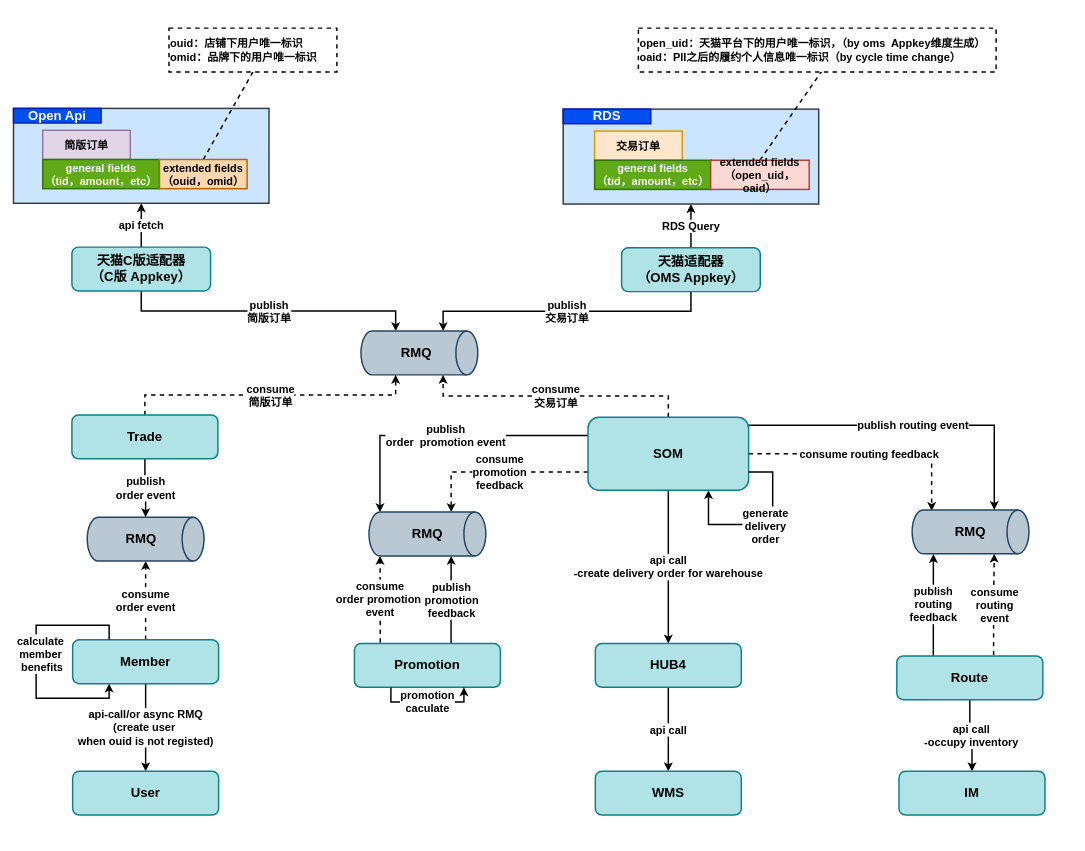
Above: projects.drawio in jackie-thank/beego-authz (draw.io), before the change. Source tidied: cells renumbered, new cells numbered last; positions are measured from the earlier drawing's top-left corner, leaving out a move shared by most shapes. Both pictures are drawn from the tidied source at 73%, with x=0, y=0 at pixel (13, 28).
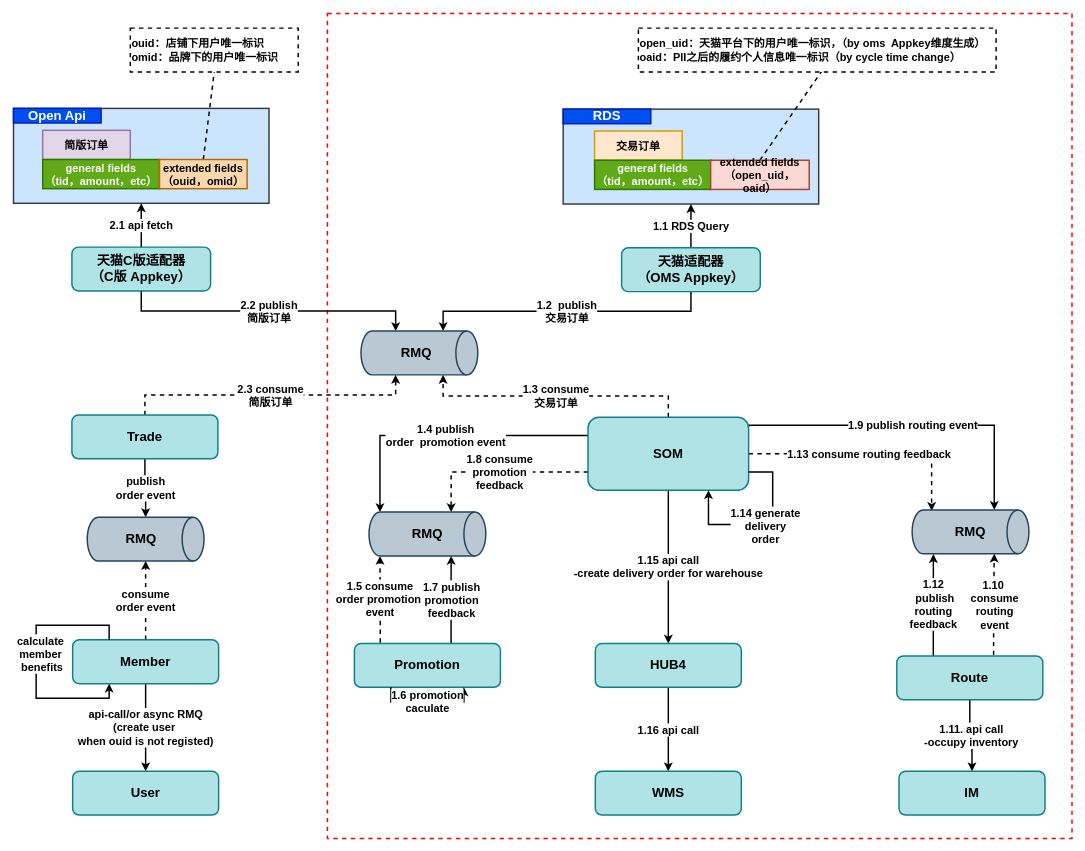
After the change.

The change refers to these unchanged cells:
```xml
<mxCell id="2" style="rounded=0;whiteSpace=wrap;html=1;strokeWidth=2;fontStyle=1;fontSize=15;fillColor=#cce5ff;strokeColor=#36393d;" parent="1" vertex="1">
  <mxGeometry x="753" y="111" width="350" height="130" as="geometry" />
</mxCell>
<mxCell id="3" style="rounded=0;whiteSpace=wrap;html=1;strokeWidth=2;fontStyle=1;fontSize=15;fillColor=#cce5ff;strokeColor=#36393d;" parent="1" vertex="1">
  <mxGeometry y="110" width="350" height="130" as="geometry" />
</mxCell>
<mxCell id="14" value="&lt;div style=&quot;font-size: 18px;&quot;&gt;天猫C版适配器&lt;/div&gt;&lt;div style=&quot;font-size: 18px;&quot;&gt;（C版 Appkey）&lt;/div&gt;" style="rounded=1;whiteSpace=wrap;html=1;strokeWidth=2;fontStyle=1;fontSize=18;fillColor=#b0e3e6;strokeColor=#0e8088;" parent="1" vertex="1">
  <mxGeometry x="80" y="300" width="190" height="60" as="geometry" />
</mxCell>
<mxCell id="17" value="&lt;div style=&quot;font-size: 18px;&quot;&gt;天猫适配器&lt;/div&gt;&lt;div style=&quot;font-size: 18px;&quot;&gt;（OMS Appkey）&lt;br style=&quot;font-size: 18px;&quot;&gt;&lt;/div&gt;" style="rounded=1;whiteSpace=wrap;html=1;strokeWidth=2;fontStyle=1;fontSize=18;fillColor=#b0e3e6;strokeColor=#0e8088;" parent="1" vertex="1">
  <mxGeometry x="833" y="301" width="190" height="60" as="geometry" />
</mxCell>
<mxCell id="22" value="Trade" style="rounded=1;whiteSpace=wrap;html=1;strokeWidth=2;fontSize=18;fontStyle=1;fillColor=#b0e3e6;strokeColor=#0e8088;" parent="1" vertex="1">
  <mxGeometry x="80" y="530" width="200" height="60" as="geometry" />
</mxCell>
<mxCell id="29" value="SOM" style="rounded=1;whiteSpace=wrap;html=1;strokeWidth=2;fontSize=18;fontStyle=1;fillColor=#b0e3e6;strokeColor=#0e8088;" parent="1" vertex="1">
  <mxGeometry x="787" y="533" width="220" height="100" as="geometry" />
</mxCell>
<mxCell id="30" style="shape=cylinder3;whiteSpace=wrap;html=1;boundedLbl=1;backgroundOutline=1;size=15;rotation=90;strokeWidth=2;fillColor=#bac8d3;strokeColor=#23445d;" parent="1" vertex="1">
  <mxGeometry x="526" y="365" width="60" height="160" as="geometry" />
</mxCell>
<mxCell id="44" value="Promotion" style="rounded=1;whiteSpace=wrap;html=1;strokeWidth=2;fontSize=18;fontStyle=1;fillColor=#b0e3e6;strokeColor=#0e8088;" parent="1" vertex="1">
  <mxGeometry x="467" y="843" width="200" height="60" as="geometry" />
</mxCell>
<mxCell id="45" style="shape=cylinder3;whiteSpace=wrap;html=1;boundedLbl=1;backgroundOutline=1;size=15;rotation=90;strokeWidth=2;fillColor=#bac8d3;strokeColor=#23445d;" parent="1" vertex="1">
  <mxGeometry x="537" y="613" width="60" height="160" as="geometry" />
</mxCell>
<mxCell id="50" value="Route" style="rounded=1;whiteSpace=wrap;html=1;strokeWidth=2;fontSize=18;fontStyle=1;fillColor=#b0e3e6;strokeColor=#0e8088;" parent="1" vertex="1">
  <mxGeometry x="1210" y="860" width="200" height="60" as="geometry" />
</mxCell>
<mxCell id="52" style="shape=cylinder3;whiteSpace=wrap;html=1;boundedLbl=1;backgroundOutline=1;size=15;rotation=90;strokeWidth=2;fillColor=#bac8d3;strokeColor=#23445d;" parent="1" vertex="1">
  <mxGeometry x="1281" y="610" width="60" height="160" as="geometry" />
</mxCell>
<mxCell id="54" value="IM" style="rounded=1;whiteSpace=wrap;html=1;strokeWidth=2;fontSize=18;fontStyle=1;fillColor=#b0e3e6;strokeColor=#0e8088;" parent="1" vertex="1">
  <mxGeometry x="1213" y="1018" width="200" height="60" as="geometry" />
</mxCell>
<mxCell id="56" value="HUB4" style="rounded=1;whiteSpace=wrap;html=1;strokeWidth=2;fontSize=18;fontStyle=1;fillColor=#b0e3e6;strokeColor=#0e8088;" parent="1" vertex="1">
  <mxGeometry x="797" y="843" width="200" height="60" as="geometry" />
</mxCell>
<mxCell id="57" style="edgeStyle=orthogonalEdgeStyle;rounded=0;orthogonalLoop=1;jettySize=auto;html=1;exitX=1;exitY=0.75;exitDx=0;exitDy=0;entryX=0.75;entryY=1;entryDx=0;entryDy=0;strokeWidth=2;" parent="1" edge="1" source="29" target="29">
  <mxGeometry relative="1" as="geometry">
    <Array as="points">
      <mxPoint x="1040" y="608" />
      <mxPoint x="1040" y="680" />
      <mxPoint x="952" y="680" />
    </Array>
  </mxGeometry>
</mxCell>
<mxCell id="59" value="WMS" style="rounded=1;whiteSpace=wrap;html=1;strokeWidth=2;fontSize=18;fontStyle=1;fillColor=#b0e3e6;strokeColor=#0e8088;" parent="1" vertex="1">
  <mxGeometry x="797" y="1018" width="200" height="60" as="geometry" />
</mxCell>
```

The edit, as a diff of the source:
```diff
@@
+    <mxCell id="60" style="rounded=0;whiteSpace=wrap;html=1;strokeWidth=2;dashed=1;strokeColor=#FF0000;" parent="1" vertex="1">
+      <mxGeometry x="430" y="-20" width="1020" height="1130" as="geometry" />
+    </mxCell>
@@
-    <mxCell id="12" value="api fetch" style="edgeStyle=orthogonalEdgeStyle;rounded=0;jettySize=auto;html=1;exitX=0.5;exitY=0;exitDx=0;exitDy=0;strokeWidth=2;fontStyle=1;fontSize=15;" parent="1" edge="1" source="14" target="3">
+    <mxCell id="12" value="2.1 api fetch" style="edgeStyle=orthogonalEdgeStyle;rounded=0;jettySize=auto;html=1;exitX=0.5;exitY=0;exitDx=0;exitDy=0;strokeWidth=2;fontStyle=1;fontSize=15;" parent="1" edge="1" source="14" target="3">
       <mxGeometry relative="1" as="geometry" />
     </mxCell>
-    <mxCell id="13" value="&lt;div style=&quot;font-size: 15px;&quot;&gt;publish&lt;/div&gt;&lt;div style=&quot;font-size: 15px;&quot;&gt;简版订单&lt;br style=&quot;font-size: 15px;&quot;&gt;&lt;/div&gt;" style="edgeStyle=orthogonalEdgeStyle;rounded=0;jettySize=auto;html=1;exitX=0.5;exitY=1;exitDx=0;exitDy=0;entryX=0;entryY=0;entryDx=0;entryDy=112.5;entryPerimeter=0;strokeWidth=2;fontSize=15;fontStyle=1;" parent="1" edge="1" source="14" target="30">
+    <mxCell id="13" value="&lt;div style=&quot;font-size: 15px;&quot;&gt;2.2 publish&lt;/div&gt;&lt;div style=&quot;font-size: 15px;&quot;&gt;简版订单&lt;br style=&quot;font-size: 15px;&quot;&gt;&lt;/div&gt;" style="edgeStyle=orthogonalEdgeStyle;rounded=0;jettySize=auto;html=1;exitX=0.5;exitY=1;exitDx=0;exitDy=0;entryX=0;entryY=0;entryDx=0;entryDy=112.5;entryPerimeter=0;strokeWidth=2;fontSize=15;fontStyle=1;" parent="1" edge="1" source="14" target="30">
       <mxGeometry relative="1" as="geometry" />
     </mxCell>
@@
-    <mxCell id="15" value="RDS Query" style="edgeStyle=orthogonalEdgeStyle;rounded=0;jettySize=auto;html=1;exitX=0.5;exitY=0;exitDx=0;exitDy=0;strokeWidth=2;fontStyle=1;fontSize=15;" parent="1" edge="1" source="17" target="2">
+    <mxCell id="15" value="1.1 RDS Query" style="edgeStyle=orthogonalEdgeStyle;rounded=0;jettySize=auto;html=1;exitX=0.5;exitY=0;exitDx=0;exitDy=0;strokeWidth=2;fontStyle=1;fontSize=15;" parent="1" edge="1" source="17" target="2">
       <mxGeometry relative="1" as="geometry" />
     </mxCell>
-    <mxCell id="16" value="&lt;div style=&quot;font-size: 15px;&quot;&gt;publish&lt;/div&gt;&lt;div style=&quot;font-size: 15px;&quot;&gt;交易订单&lt;br style=&quot;font-size: 15px;&quot;&gt;&lt;/div&gt;" style="edgeStyle=orthogonalEdgeStyle;rounded=0;jettySize=auto;html=1;exitX=0.5;exitY=1;exitDx=0;exitDy=0;entryX=0;entryY=0;entryDx=0;entryDy=47.5;entryPerimeter=0;strokeWidth=2;fontSize=15;fontStyle=1;" parent="1" edge="1" source="17" target="30">
+    <mxCell id="16" value="&lt;div style=&quot;font-size: 15px;&quot;&gt;1.2&amp;nbsp; publish&lt;/div&gt;&lt;div style=&quot;font-size: 15px;&quot;&gt;交易订单&lt;br style=&quot;font-size: 15px;&quot;&gt;&lt;/div&gt;" style="edgeStyle=orthogonalEdgeStyle;rounded=0;jettySize=auto;html=1;exitX=0.5;exitY=1;exitDx=0;exitDy=0;entryX=0;entryY=0;entryDx=0;entryDy=47.5;entryPerimeter=0;strokeWidth=2;fontSize=15;fontStyle=1;" parent="1" edge="1" source="17" target="30">
       <mxGeometry relative="1" as="geometry" />
     </mxCell>
@@
-    <mxCell id="20" value="&lt;div style=&quot;font-size: 15px;&quot;&gt;consume&lt;/div&gt;&lt;div style=&quot;font-size: 15px;&quot;&gt;简版订单&lt;br style=&quot;font-size: 15px;&quot;&gt;&lt;/div&gt;" style="edgeStyle=orthogonalEdgeStyle;rounded=0;jettySize=auto;html=1;exitX=0.5;exitY=0;exitDx=0;exitDy=0;entryX=1;entryY=0;entryDx=0;entryDy=112.5;entryPerimeter=0;strokeWidth=2;dashed=1;fontSize=15;fontStyle=1;" parent="1" edge="1" source="22" target="30">
+    <mxCell id="20" value="&lt;div style=&quot;font-size: 15px;&quot;&gt;2.3 consume&lt;/div&gt;&lt;div style=&quot;font-size: 15px;&quot;&gt;简版订单&lt;br style=&quot;font-size: 15px;&quot;&gt;&lt;/div&gt;" style="edgeStyle=orthogonalEdgeStyle;rounded=0;jettySize=auto;html=1;exitX=0.5;exitY=0;exitDx=0;exitDy=0;entryX=1;entryY=0;entryDx=0;entryDy=112.5;entryPerimeter=0;strokeWidth=2;dashed=1;fontSize=15;fontStyle=1;" parent="1" edge="1" source="22" target="30">
       <mxGeometry relative="1" as="geometry" />
     </mxCell>
@@
-    <mxCell id="23" value="&lt;div style=&quot;font-size: 15px;&quot;&gt;consume&lt;/div&gt;&lt;div style=&quot;font-size: 15px;&quot;&gt;交易订单&lt;br style=&quot;font-size: 15px;&quot;&gt;&lt;/div&gt;" style="edgeStyle=orthogonalEdgeStyle;rounded=0;jettySize=auto;html=1;exitX=0.5;exitY=0;exitDx=0;exitDy=0;entryX=1;entryY=0;entryDx=0;entryDy=47.5;entryPerimeter=0;strokeWidth=2;dashed=1;fontSize=15;fontStyle=1;" parent="1" edge="1" source="29" target="30">
+    <mxCell id="23" value="&lt;div style=&quot;font-size: 15px;&quot;&gt;1.3 consume&lt;/div&gt;&lt;div style=&quot;font-size: 15px;&quot;&gt;交易订单&lt;br style=&quot;font-size: 15px;&quot;&gt;&lt;/div&gt;" style="edgeStyle=orthogonalEdgeStyle;rounded=0;jettySize=auto;html=1;exitX=0.5;exitY=0;exitDx=0;exitDy=0;entryX=1;entryY=0;entryDx=0;entryDy=47.5;entryPerimeter=0;strokeWidth=2;dashed=1;fontSize=15;fontStyle=1;" parent="1" edge="1" source="29" target="30">
       <mxGeometry relative="1" as="geometry" />
     </mxCell>
-    <mxCell id="24" value="&lt;div&gt;publish&lt;/div&gt;&lt;div&gt;order&amp;nbsp; promotion event&lt;br&gt;&lt;/div&gt;" style="edgeStyle=orthogonalEdgeStyle;rounded=0;jettySize=auto;html=1;exitX=0;exitY=0.25;exitDx=0;exitDy=0;fontSize=15;fontStyle=1;strokeWidth=2;entryX=0;entryY=1;entryDx=0;entryDy=-15;entryPerimeter=0;" parent="1" edge="1" source="29" target="45">
+    <mxCell id="24" value="&lt;div&gt;1.4 publish&lt;/div&gt;&lt;div&gt;order&amp;nbsp; promotion event&lt;br&gt;&lt;/div&gt;" style="edgeStyle=orthogonalEdgeStyle;rounded=0;jettySize=auto;html=1;exitX=0;exitY=0.25;exitDx=0;exitDy=0;fontSize=15;fontStyle=1;strokeWidth=2;entryX=0;entryY=1;entryDx=0;entryDy=-15;entryPerimeter=0;" parent="1" edge="1" source="29" target="45">
       <mxGeometry relative="1" as="geometry" />
     </mxCell>
-    <mxCell id="25" value="&lt;div&gt;publish routing event&lt;br&gt;&lt;/div&gt;" style="edgeStyle=orthogonalEdgeStyle;rounded=0;jettySize=auto;html=1;exitX=0.994;exitY=0.126;exitDx=0;exitDy=0;entryX=0;entryY=0;entryDx=0;entryDy=47.5;entryPerimeter=0;fontSize=15;strokeWidth=2;fontStyle=1;exitPerimeter=0;" parent="1" edge="1" source="29" target="52">
+    <mxCell id="25" value="&lt;div&gt;1.9 publish routing event&lt;br&gt;&lt;/div&gt;" style="edgeStyle=orthogonalEdgeStyle;rounded=0;jettySize=auto;html=1;exitX=0.994;exitY=0.126;exitDx=0;exitDy=0;entryX=0;entryY=0;entryDx=0;entryDy=47.5;entryPerimeter=0;fontSize=15;strokeWidth=2;fontStyle=1;exitPerimeter=0;" parent="1" edge="1" source="29" target="52">
       <mxGeometry relative="1" as="geometry">
         <Array as="points">
           <mxPoint x="1007" y="546" />
           <mxPoint x="1007" y="544" />
           <mxPoint x="1344" y="544" />
           <mxPoint x="1344" y="660" />
         </Array>
       </mxGeometry>
     </mxCell>
-    <mxCell id="26" value="&lt;div style=&quot;font-size: 15px;&quot;&gt;consume&lt;/div&gt;&lt;div style=&quot;font-size: 15px;&quot;&gt;promotion&lt;/div&gt;&lt;div style=&quot;font-size: 15px;&quot;&gt;feedback&lt;br style=&quot;font-size: 15px;&quot;&gt;&lt;/div&gt;" style="edgeStyle=orthogonalEdgeStyle;rounded=0;jettySize=auto;html=1;exitX=0;exitY=0.75;exitDx=0;exitDy=0;entryX=0;entryY=0;entryDx=0;entryDy=47.5;entryPerimeter=0;fontSize=15;fontStyle=1;strokeWidth=2;dashed=1;" parent="1" edge="1" source="29" target="45">
+    <mxCell id="26" value="&lt;div style=&quot;font-size: 15px;&quot;&gt;1.8 consume&lt;/div&gt;&lt;div style=&quot;font-size: 15px;&quot;&gt;promotion&lt;/div&gt;&lt;div style=&quot;font-size: 15px;&quot;&gt;feedback&lt;br style=&quot;font-size: 15px;&quot;&gt;&lt;/div&gt;" style="edgeStyle=orthogonalEdgeStyle;rounded=0;jettySize=auto;html=1;exitX=0;exitY=0.75;exitDx=0;exitDy=0;entryX=0;entryY=0;entryDx=0;entryDy=47.5;entryPerimeter=0;fontSize=15;fontStyle=1;strokeWidth=2;dashed=1;" parent="1" edge="1" source="29" target="45">
       <mxGeometry relative="1" as="geometry" />
     </mxCell>
-    <mxCell id="27" value="&lt;div&gt;api call&lt;/div&gt;&lt;div&gt;-create delivery order for warehouse&lt;br&gt;&lt;/div&gt;" style="edgeStyle=orthogonalEdgeStyle;rounded=0;jettySize=auto;html=1;exitX=0.5;exitY=1;exitDx=0;exitDy=0;strokeWidth=2;fontSize=15;fontStyle=1;" parent="1" edge="1" source="29" target="56">
+    <mxCell id="27" value="&lt;div&gt;1.15 api call&lt;/div&gt;&lt;div&gt;-create delivery order for warehouse&lt;br&gt;&lt;/div&gt;" style="edgeStyle=orthogonalEdgeStyle;rounded=0;jettySize=auto;html=1;exitX=0.5;exitY=1;exitDx=0;exitDy=0;strokeWidth=2;fontSize=15;fontStyle=1;" parent="1" edge="1" source="29" target="56">
       <mxGeometry relative="1" as="geometry" />
     </mxCell>
-    <mxCell id="28" value="&lt;div style=&quot;font-size: 15px;&quot;&gt;consume routing feedback&lt;br style=&quot;font-size: 15px;&quot;&gt;&lt;/div&gt;" style="rounded=0;jettySize=auto;html=1;exitX=1;exitY=0.5;exitDx=0;exitDy=0;entryX=0.022;entryY=0.833;entryDx=0;entryDy=0;entryPerimeter=0;dashed=1;strokeWidth=2;fontSize=15;fontStyle=1;edgeStyle=orthogonalEdgeStyle;" parent="1" edge="1" source="29" target="52">
+    <mxCell id="28" value="&lt;div style=&quot;font-size: 15px;&quot;&gt;1.13 consume routing feedback&lt;br style=&quot;font-size: 15px;&quot;&gt;&lt;/div&gt;" style="rounded=0;jettySize=auto;html=1;exitX=1;exitY=0.5;exitDx=0;exitDy=0;entryX=0.022;entryY=0.833;entryDx=0;entryDy=0;entryPerimeter=0;dashed=1;strokeWidth=2;fontSize=15;fontStyle=1;edgeStyle=orthogonalEdgeStyle;" parent="1" edge="1" source="29" target="52">
       <mxGeometry relative="1" as="geometry" />
     </mxCell>
@@
     <mxCell id="40" value="&lt;div style=&quot;font-size: 15px;&quot;&gt;ouid：店铺下用户唯一标识&lt;/div&gt;&lt;div style=&quot;font-size: 15px;&quot;&gt;omid：品牌下的用户唯一标识&lt;br style=&quot;font-size: 15px;&quot;&gt;&lt;/div&gt;" style="rounded=0;whiteSpace=wrap;html=1;fontStyle=1;fontSize=15;align=left;dashed=1;strokeWidth=2;" parent="1" vertex="1">
-      <mxGeometry x="213" width="230" height="60" as="geometry" />
+      <mxGeometry x="160" width="230" height="60" as="geometry" />
     </mxCell>
@@
-    <mxCell id="42" value="&lt;div style=&quot;font-size: 15px;&quot;&gt;consume&lt;/div&gt;&lt;div style=&quot;font-size: 15px;&quot;&gt;order promotion&amp;nbsp;&lt;/div&gt;&lt;div style=&quot;font-size: 15px;&quot;&gt;event&lt;br style=&quot;font-size: 15px;&quot;&gt;&lt;/div&gt;" style="edgeStyle=orthogonalEdgeStyle;rounded=0;jettySize=auto;html=1;exitX=0.177;exitY=-0.017;exitDx=0;exitDy=0;entryX=1;entryY=1;entryDx=0;entryDy=-15;entryPerimeter=0;strokeWidth=2;dashed=1;fontSize=15;fontStyle=1;exitPerimeter=0;" parent="1" edge="1" source="44" target="45">
+    <mxCell id="42" value="&lt;div style=&quot;font-size: 15px;&quot;&gt;1.5 consume&lt;/div&gt;&lt;div style=&quot;font-size: 15px;&quot;&gt;order promotion&amp;nbsp;&lt;/div&gt;&lt;div style=&quot;font-size: 15px;&quot;&gt;event&lt;br style=&quot;font-size: 15px;&quot;&gt;&lt;/div&gt;" style="edgeStyle=orthogonalEdgeStyle;rounded=0;jettySize=auto;html=1;exitX=0.177;exitY=-0.017;exitDx=0;exitDy=0;entryX=1;entryY=1;entryDx=0;entryDy=-15;entryPerimeter=0;strokeWidth=2;dashed=1;fontSize=15;fontStyle=1;exitPerimeter=0;" parent="1" edge="1" source="44" target="45">
       <mxGeometry relative="1" as="geometry" />
     </mxCell>
-    <mxCell id="43" value="&lt;div style=&quot;font-size: 15px;&quot;&gt;publish&lt;/div&gt;&lt;div style=&quot;font-size: 15px;&quot;&gt;promotion&lt;/div&gt;&lt;div style=&quot;font-size: 15px;&quot;&gt;feedback&lt;br style=&quot;font-size: 15px;&quot;&gt;&lt;/div&gt;" style="edgeStyle=orthogonalEdgeStyle;rounded=0;jettySize=auto;html=1;strokeWidth=2;fontSize=15;fontStyle=1;entryX=1;entryY=0;entryDx=0;entryDy=47.5;entryPerimeter=0;exitX=0.662;exitY=0.017;exitDx=0;exitDy=0;exitPerimeter=0;" parent="1" edge="1" source="44" target="45">
+    <mxCell id="43" value="&lt;div style=&quot;font-size: 15px;&quot;&gt;1.7 publish&lt;/div&gt;&lt;div style=&quot;font-size: 15px;&quot;&gt;promotion&lt;/div&gt;&lt;div style=&quot;font-size: 15px;&quot;&gt;feedback&lt;br style=&quot;font-size: 15px;&quot;&gt;&lt;/div&gt;" style="edgeStyle=orthogonalEdgeStyle;rounded=0;jettySize=auto;html=1;strokeWidth=2;fontSize=15;fontStyle=1;entryX=1;entryY=0;entryDx=0;entryDy=47.5;entryPerimeter=0;exitX=0.662;exitY=0.017;exitDx=0;exitDy=0;exitPerimeter=0;" parent="1" edge="1" source="44" target="45">
       <mxGeometry relative="1" as="geometry" />
     </mxCell>
@@
-    <mxCell id="47" value="&lt;div style=&quot;font-size: 15px;&quot;&gt;consume&lt;/div&gt;&lt;div style=&quot;font-size: 15px;&quot;&gt;routing&lt;/div&gt;&lt;div style=&quot;font-size: 15px;&quot;&gt;event&lt;br style=&quot;font-size: 15px;&quot;&gt;&lt;/div&gt;" style="rounded=0;jettySize=auto;html=1;exitX=0.663;exitY=-0.019;exitDx=0;exitDy=0;entryX=1;entryY=0;entryDx=0;entryDy=47.5;entryPerimeter=0;strokeWidth=2;dashed=1;fontSize=15;fontStyle=1;edgeStyle=orthogonalEdgeStyle;exitPerimeter=0;" parent="1" edge="1" source="50" target="52">
+    <mxCell id="47" value="&lt;div style=&quot;font-size: 15px;&quot;&gt;1.10&amp;nbsp;&lt;/div&gt;&lt;div style=&quot;font-size: 15px;&quot;&gt;consume&lt;/div&gt;&lt;div style=&quot;font-size: 15px;&quot;&gt;routing&lt;/div&gt;&lt;div style=&quot;font-size: 15px;&quot;&gt;event&lt;br style=&quot;font-size: 15px;&quot;&gt;&lt;/div&gt;" style="rounded=0;jettySize=auto;html=1;exitX=0.663;exitY=-0.019;exitDx=0;exitDy=0;entryX=1;entryY=0;entryDx=0;entryDy=47.5;entryPerimeter=0;strokeWidth=2;dashed=1;fontSize=15;fontStyle=1;edgeStyle=orthogonalEdgeStyle;exitPerimeter=0;" parent="1" edge="1" source="50" target="52">
       <mxGeometry relative="1" as="geometry" />
     </mxCell>
-    <mxCell id="48" value="&lt;div style=&quot;font-size: 15px;&quot;&gt;publish&lt;/div&gt;&lt;div style=&quot;font-size: 15px;&quot;&gt;routing&lt;/div&gt;&lt;div style=&quot;font-size: 15px;&quot;&gt;feedback&lt;br style=&quot;font-size: 15px;&quot;&gt;&lt;/div&gt;" style="rounded=0;jettySize=auto;html=1;exitX=0.25;exitY=0;exitDx=0;exitDy=0;entryX=1.008;entryY=0.818;entryDx=0;entryDy=0;entryPerimeter=0;strokeWidth=2;fontSize=15;fontStyle=1;edgeStyle=orthogonalEdgeStyle;" parent="1" edge="1" source="50" target="52">
+    <mxCell id="48" value="&lt;div style=&quot;font-size: 15px;&quot;&gt;1.12&lt;/div&gt;&lt;div style=&quot;font-size: 15px;&quot;&gt;&amp;nbsp;publish&lt;/div&gt;&lt;div style=&quot;font-size: 15px;&quot;&gt;routing&lt;/div&gt;&lt;div style=&quot;font-size: 15px;&quot;&gt;feedback&lt;br style=&quot;font-size: 15px;&quot;&gt;&lt;/div&gt;" style="rounded=0;jettySize=auto;html=1;exitX=0.25;exitY=0;exitDx=0;exitDy=0;entryX=1.008;entryY=0.818;entryDx=0;entryDy=0;entryPerimeter=0;strokeWidth=2;fontSize=15;fontStyle=1;edgeStyle=orthogonalEdgeStyle;" parent="1" edge="1" source="50" target="52">
       <mxGeometry x="0.01" relative="1" as="geometry" />
     </mxCell>
-    <mxCell id="49" value="&lt;div style=&quot;font-size: 15px;&quot;&gt;api call&lt;/div&gt;&lt;div style=&quot;font-size: 15px;&quot;&gt;-occupy inventory&lt;br style=&quot;font-size: 15px;&quot;&gt;&lt;/div&gt;" style="edgeStyle=orthogonalEdgeStyle;rounded=0;jettySize=auto;html=1;exitX=0.5;exitY=1;exitDx=0;exitDy=0;strokeWidth=2;fontSize=15;fontStyle=1;" parent="1" edge="1" source="50" target="54">
+    <mxCell id="49" value="&lt;div style=&quot;font-size: 15px;&quot;&gt;1.11. api call&lt;/div&gt;&lt;div style=&quot;font-size: 15px;&quot;&gt;-occupy inventory&lt;br style=&quot;font-size: 15px;&quot;&gt;&lt;/div&gt;" style="edgeStyle=orthogonalEdgeStyle;rounded=0;jettySize=auto;html=1;exitX=0.5;exitY=1;exitDx=0;exitDy=0;strokeWidth=2;fontSize=15;fontStyle=1;" parent="1" edge="1" source="50" target="54">
       <mxGeometry relative="1" as="geometry" />
     </mxCell>
@@
-    <mxCell id="51" value="&lt;div style=&quot;font-size: 15px;&quot;&gt;promotion&lt;br&gt;&lt;/div&gt;&lt;div style=&quot;font-size: 15px;&quot;&gt;caculate&lt;br style=&quot;font-size: 15px;&quot;&gt;&lt;/div&gt;" style="edgeStyle=orthogonalEdgeStyle;rounded=0;orthogonalLoop=1;jettySize=auto;html=1;exitX=0.25;exitY=1;exitDx=0;exitDy=0;entryX=0.75;entryY=1;entryDx=0;entryDy=0;strokeWidth=2;fontSize=15;fontStyle=1;" parent="1" edge="1" source="44" target="44">
+    <mxCell id="51" value="&lt;div style=&quot;font-size: 15px;&quot;&gt;1.6 promotion&lt;br&gt;&lt;/div&gt;&lt;div style=&quot;font-size: 15px;&quot;&gt;caculate&lt;br style=&quot;font-size: 15px;&quot;&gt;&lt;/div&gt;" style="edgeStyle=orthogonalEdgeStyle;rounded=0;orthogonalLoop=1;jettySize=auto;html=1;exitX=0.25;exitY=1;exitDx=0;exitDy=0;entryX=0.75;entryY=1;entryDx=0;entryDy=0;strokeWidth=2;fontSize=15;fontStyle=1;" parent="1" edge="1" source="44" target="44">
       <mxGeometry relative="1" as="geometry" />
     </mxCell>
@@
-    <mxCell id="55" value="api call" style="edgeStyle=orthogonalEdgeStyle;rounded=0;jettySize=auto;html=1;exitX=0.5;exitY=1;exitDx=0;exitDy=0;fontSize=15;fontStyle=1;strokeWidth=2;" parent="1" edge="1" source="56" target="59">
+    <mxCell id="55" value="1.16 api call" style="edgeStyle=orthogonalEdgeStyle;rounded=0;jettySize=auto;html=1;exitX=0.5;exitY=1;exitDx=0;exitDy=0;fontSize=15;fontStyle=1;strokeWidth=2;" parent="1" edge="1" source="56" target="59">
       <mxGeometry relative="1" as="geometry" />
     </mxCell>
@@
-    <mxCell id="58" value="&lt;div style=&quot;font-size: 15px;&quot;&gt;generate&lt;/div&gt;&lt;div style=&quot;font-size: 15px;&quot;&gt;delivery&lt;/div&gt;&lt;div style=&quot;font-size: 15px;&quot;&gt;order&lt;br style=&quot;font-size: 15px;&quot;&gt;&lt;/div&gt;" style="edgeLabel;html=1;align=center;verticalAlign=middle;fontSize=15;fontStyle=1;" parent="57" vertex="1">
+    <mxCell id="58" value="&lt;div style=&quot;font-size: 15px;&quot;&gt;1.14 generate&lt;/div&gt;&lt;div style=&quot;font-size: 15px;&quot;&gt;delivery&lt;/div&gt;&lt;div style=&quot;font-size: 15px;&quot;&gt;order&lt;br style=&quot;font-size: 15px;&quot;&gt;&lt;/div&gt;" style="edgeLabel;html=1;align=center;verticalAlign=middle;fontSize=15;fontStyle=1;" parent="57" vertex="1">
       <mxGeometry x="-0.03" y="1" relative="1" as="geometry" />
     </mxCell>
```
